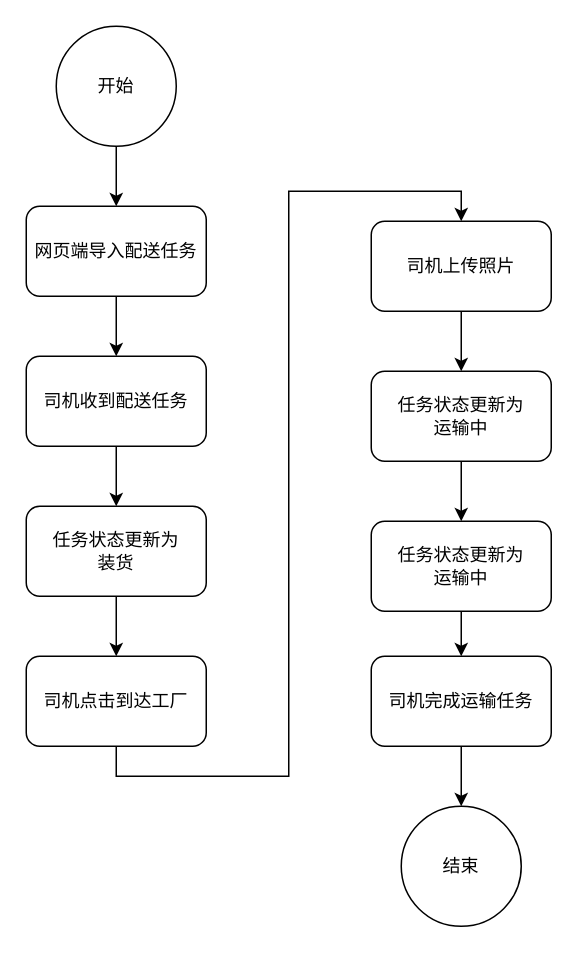
The draw.io diagram 简言场景梳理-运输.drawio in FrankKirin/PM_works, before the edit. Source tidied: cells renumbered, new cells numbered last; positions are measured from the earlier drawing's top-left corner, leaving out a move shared by most shapes. Both pictures are drawn from the tidied source at 150%, with x=0, y=0 at pixel (26, 26).
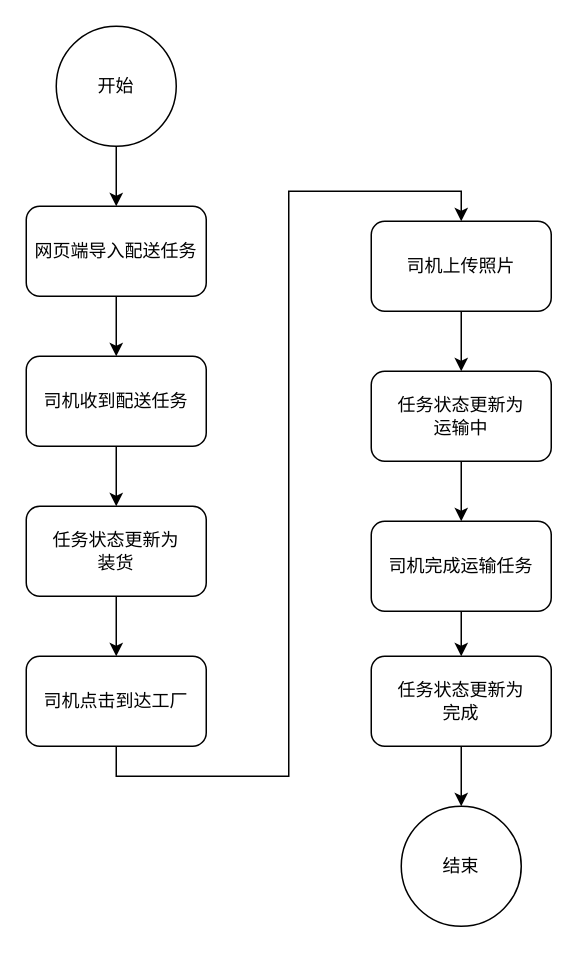
After the change.

Commit message (it also covers changes not shown here):
Update 简言场景梳理-运输.drawio

What changed in the source:
```diff
@@
-    <mxCell id="17" value="任务状态更新为&lt;br&gt;运输中" style="rounded=1;whiteSpace=wrap;html=1;" parent="1" vertex="1">
+    <mxCell id="17" value="司机完成运输任务" style="rounded=1;whiteSpace=wrap;html=1;" parent="1" vertex="1">
       <mxGeometry x="230" y="330" width="120" height="60" as="geometry" />
     </mxCell>
@@
-    <mxCell id="19" value="司机完成运输任务" style="rounded=1;whiteSpace=wrap;html=1;" parent="1" vertex="1">
+    <mxCell id="19" value="任务状态更新为&lt;br&gt;完成" style="rounded=1;whiteSpace=wrap;html=1;" parent="1" vertex="1">
       <mxGeometry x="230" y="420" width="120" height="60" as="geometry" />
     </mxCell>
```
